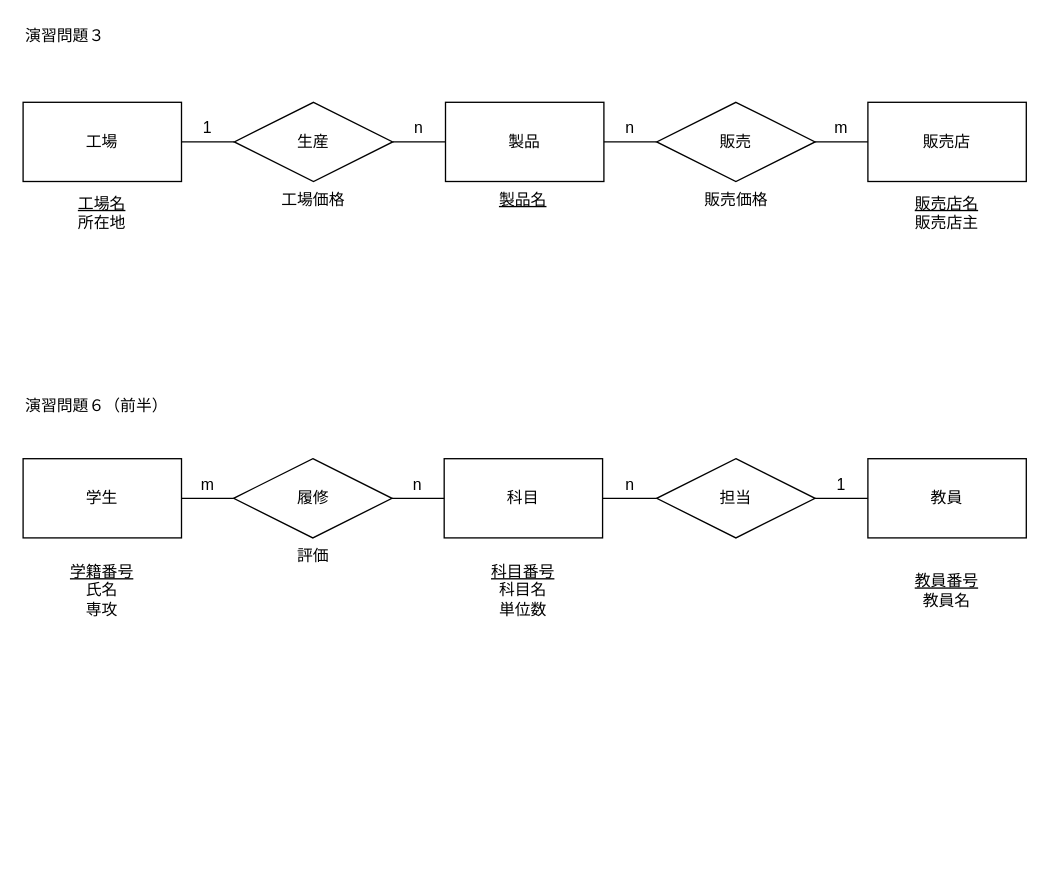
Before: データベース論.drawio in SindyD/Sindy, a draw.io diagram. Source tidied: cells renumbered, new cells numbered last; positions are measured from the earlier drawing's top-left corner, leaving out a move shared by most shapes. Both pictures are drawn from the tidied source at 132%, with x=0, y=0 at pixel (22, 22).
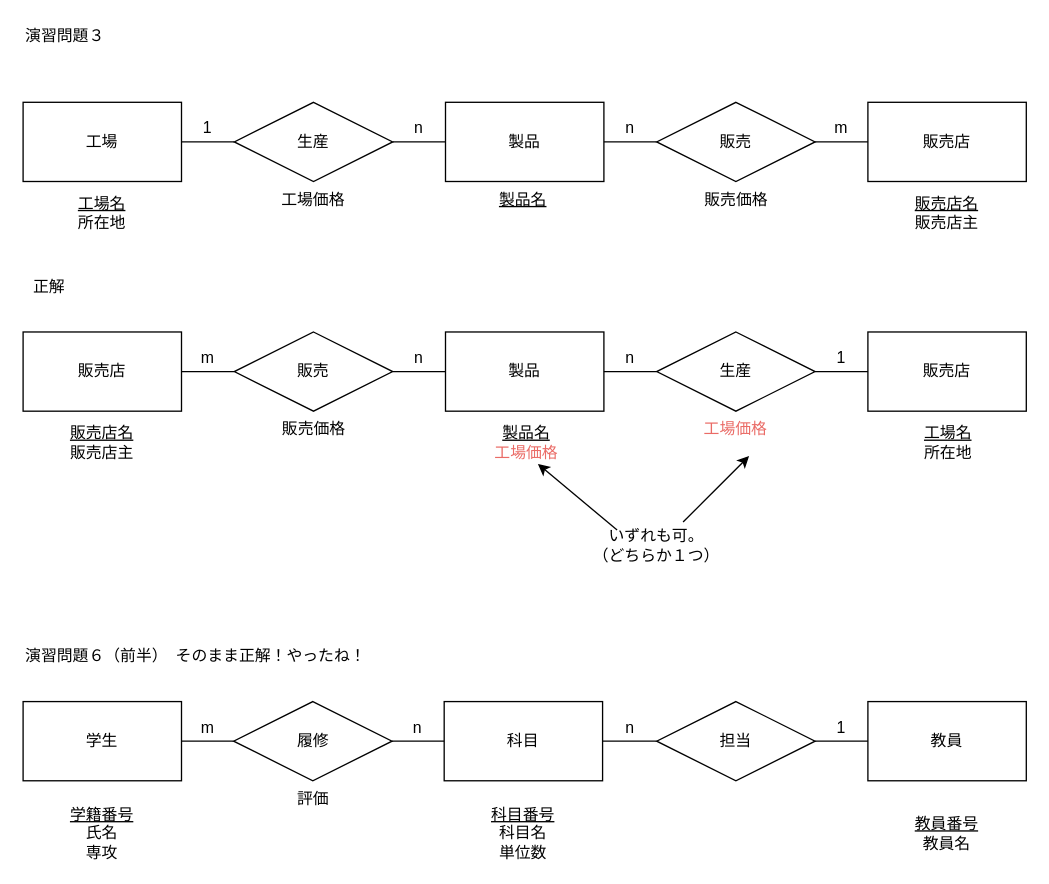
Above is the later version.

Commit message:
Update データベース論.drawio

What changed in the source:
```diff
@@
     <mxCell id="20" value="学生" style="rounded=0;whiteSpace=wrap;html=1;" parent="1" vertex="1">
-      <mxGeometry y="330" width="120" height="60" as="geometry" />
+      <mxGeometry y="514" width="120" height="60" as="geometry" />
     </mxCell>
@@
-    <mxCell id="22" value="演習問題６（前半）" style="text;html=1;strokeColor=none;fillColor=none;align=left;verticalAlign=middle;whiteSpace=wrap;rounded=0;" parent="1" vertex="1">
-      <mxGeometry y="280" width="150" height="20" as="geometry" />
+    <mxCell id="22" value="演習問題６（前半）　そのまま正解！やったね！" style="text;html=1;strokeColor=none;fillColor=none;align=left;verticalAlign=middle;whiteSpace=wrap;rounded=0;" parent="1" vertex="1">
+      <mxGeometry y="470" width="320" height="20" as="geometry" />
     </mxCell>
     <mxCell id="23" value="&lt;u&gt;学籍番号&lt;br&gt;&lt;/u&gt;氏名&lt;br&gt;専攻" style="text;html=1;strokeColor=none;fillColor=none;align=center;verticalAlign=middle;whiteSpace=wrap;rounded=0;" parent="1" vertex="1">
-      <mxGeometry x="20" y="420" width="80" height="20" as="geometry" />
+      <mxGeometry x="20" y="604" width="80" height="20" as="geometry" />
     </mxCell>
     <mxCell id="24" value="科目" style="rounded=0;whiteSpace=wrap;html=1;align=center;" parent="1" vertex="1">
-      <mxGeometry x="319" y="330" width="120" height="60" as="geometry" />
+      <mxGeometry x="319" y="514" width="120" height="60" as="geometry" />
     </mxCell>
     <mxCell id="25" value="&lt;u&gt;科目番号&lt;/u&gt;&lt;br&gt;科目名&lt;br&gt;単位数" style="text;html=1;strokeColor=none;fillColor=none;align=center;verticalAlign=middle;whiteSpace=wrap;rounded=0;" parent="1" vertex="1">
-      <mxGeometry x="339" y="420" width="80" height="20" as="geometry" />
+      <mxGeometry x="339" y="604" width="80" height="20" as="geometry" />
     </mxCell>
     <mxCell id="26" value="教員" style="rounded=0;whiteSpace=wrap;html=1;align=center;" parent="1" vertex="1">
-      <mxGeometry x="640" y="330" width="120" height="60" as="geometry" />
+      <mxGeometry x="640" y="514" width="120" height="60" as="geometry" />
     </mxCell>
     <mxCell id="27" value="&lt;u&gt;教員番号&lt;br&gt;&lt;/u&gt;教員名" style="text;html=1;strokeColor=none;fillColor=none;align=center;verticalAlign=middle;whiteSpace=wrap;rounded=0;" parent="1" vertex="1">
-      <mxGeometry x="660" y="420" width="80" height="20" as="geometry" />
+      <mxGeometry x="660" y="604" width="80" height="20" as="geometry" />
     </mxCell>
     <mxCell id="28" value="履修" style="rhombus;whiteSpace=wrap;html=1;" parent="1" vertex="1">
-      <mxGeometry x="159.5" y="330" width="120" height="60" as="geometry" />
+      <mxGeometry x="159.5" y="514" width="120" height="60" as="geometry" />
     </mxCell>
     <mxCell id="29" value="評価" style="text;html=1;strokeColor=none;fillColor=none;align=center;verticalAlign=middle;whiteSpace=wrap;rounded=0;" parent="1" vertex="1">
-      <mxGeometry x="194.5" y="394" width="50" height="20" as="geometry" />
+      <mxGeometry x="194.5" y="578" width="50" height="20" as="geometry" />
     </mxCell>
     <mxCell id="30" value="担当" style="rhombus;whiteSpace=wrap;html=1;" parent="1" vertex="1">
-      <mxGeometry x="480" y="330" width="120" height="60" as="geometry" />
+      <mxGeometry x="480" y="514" width="120" height="60" as="geometry" />
     </mxCell>
@@
     <mxCell id="35" value="m" style="text;html=1;strokeColor=none;fillColor=none;align=center;verticalAlign=middle;whiteSpace=wrap;rounded=0;" parent="1" vertex="1">
-      <mxGeometry x="119.5" y="340" width="40" height="20" as="geometry" />
+      <mxGeometry x="119.5" y="524" width="40" height="20" as="geometry" />
     </mxCell>
     <mxCell id="36" value="n" style="text;html=1;strokeColor=none;fillColor=none;align=center;verticalAlign=middle;whiteSpace=wrap;rounded=0;" parent="1" vertex="1">
-      <mxGeometry x="279" y="340" width="40" height="20" as="geometry" />
+      <mxGeometry x="279" y="524" width="40" height="20" as="geometry" />
     </mxCell>
     <mxCell id="37" value="n" style="text;html=1;strokeColor=none;fillColor=none;align=center;verticalAlign=middle;whiteSpace=wrap;rounded=0;direction=south;" parent="1" vertex="1">
-      <mxGeometry x="450" y="330" width="20" height="40" as="geometry" />
+      <mxGeometry x="450" y="514" width="20" height="40" as="geometry" />
     </mxCell>
     <mxCell id="38" value="1" style="text;html=1;strokeColor=none;fillColor=none;align=center;verticalAlign=middle;whiteSpace=wrap;rounded=0;" parent="1" vertex="1">
-      <mxGeometry x="600" y="340" width="40" height="20" as="geometry" />
+      <mxGeometry x="600" y="524" width="40" height="20" as="geometry" />
     </mxCell>
+    <mxCell id="39" value="販売店" style="rounded=0;whiteSpace=wrap;html=1;" parent="1" vertex="1">
+      <mxGeometry y="234" width="120" height="60" as="geometry" />
+    </mxCell>
+    <mxCell id="40" value="&lt;u&gt;工場名&lt;/u&gt;&lt;br&gt;所在地" style="text;html=1;strokeColor=none;fillColor=none;align=center;verticalAlign=middle;whiteSpace=wrap;rounded=0;" parent="1" vertex="1">
+      <mxGeometry x="681" y="308" width="40" height="20" as="geometry" />
+    </mxCell>
+    <mxCell id="41" value="製品" style="rounded=0;whiteSpace=wrap;html=1;" parent="1" vertex="1">
+      <mxGeometry x="320" y="234" width="120" height="60" as="geometry" />
+    </mxCell>
+    <mxCell id="42" value="&lt;u&gt;製品名&lt;/u&gt;&lt;br&gt;&lt;font color=&quot;#ea6b66&quot;&gt;工場価格&lt;/font&gt;" style="text;html=1;strokeColor=none;fillColor=none;align=center;verticalAlign=middle;whiteSpace=wrap;rounded=0;" parent="1" vertex="1">
+      <mxGeometry x="356" y="308" width="51" height="20" as="geometry" />
+    </mxCell>
+    <mxCell id="43" value="販売" style="rhombus;whiteSpace=wrap;html=1;" parent="1" vertex="1">
+      <mxGeometry x="160" y="234" width="120" height="60" as="geometry" />
+    </mxCell>
+    <mxCell id="44" value="生産" style="rhombus;whiteSpace=wrap;html=1;" parent="1" vertex="1">
+      <mxGeometry x="480" y="234" width="120" height="60" as="geometry" />
+    </mxCell>
+    <mxCell id="45" value="販売店" style="rounded=0;whiteSpace=wrap;html=1;" parent="1" vertex="1">
+      <mxGeometry x="640" y="234" width="120" height="60" as="geometry" />
+    </mxCell>
+    <mxCell id="46" value="&lt;u&gt;販売店名&lt;/u&gt;&lt;br&gt;販売店主" style="text;html=1;strokeColor=none;fillColor=none;align=center;verticalAlign=middle;whiteSpace=wrap;rounded=0;" parent="1" vertex="1">
+      <mxGeometry x="13" y="308" width="94" height="20" as="geometry" />
+    </mxCell>
+    <mxCell id="47" style="endArrow=none;html=1;entryX=0;entryY=0.5;entryDx=0;entryDy=0;exitX=1;exitY=0.5;exitDx=0;exitDy=0;" parent="1" edge="1" source="39" target="43">
+      <mxGeometry relative="1" as="geometry" />
+    </mxCell>
+    <mxCell id="48" style="endArrow=none;html=1;entryX=0;entryY=0.5;entryDx=0;entryDy=0;exitX=1;exitY=0.5;exitDx=0;exitDy=0;" parent="1" edge="1" source="43" target="41">
+      <mxGeometry relative="1" as="geometry" />
+    </mxCell>
+    <mxCell id="49" style="endArrow=none;html=1;entryX=0;entryY=0.5;entryDx=0;entryDy=0;exitX=1;exitY=0.5;exitDx=0;exitDy=0;" parent="1" edge="1" source="41" target="44">
+      <mxGeometry relative="1" as="geometry" />
+    </mxCell>
+    <mxCell id="50" style="endArrow=none;html=1;entryX=0;entryY=0.5;entryDx=0;entryDy=0;exitX=1;exitY=0.5;exitDx=0;exitDy=0;" parent="1" edge="1" source="44" target="45">
+      <mxGeometry relative="1" as="geometry" />
+    </mxCell>
+    <mxCell id="51" value="1" style="text;html=1;strokeColor=none;fillColor=none;align=center;verticalAlign=middle;whiteSpace=wrap;rounded=0;" parent="1" vertex="1">
+      <mxGeometry x="600" y="244" width="40" height="20" as="geometry" />
+    </mxCell>
+    <mxCell id="52" value="n" style="text;html=1;strokeColor=none;fillColor=none;align=center;verticalAlign=middle;whiteSpace=wrap;rounded=0;" parent="1" vertex="1">
+      <mxGeometry x="280" y="244" width="40" height="20" as="geometry" />
+    </mxCell>
+    <mxCell id="53" value="&lt;font color=&quot;#ea6b66&quot;&gt;工場価格&lt;/font&gt;" style="text;html=1;strokeColor=none;fillColor=none;align=center;verticalAlign=middle;whiteSpace=wrap;rounded=0;" parent="1" vertex="1">
+      <mxGeometry x="515" y="298" width="50" height="20" as="geometry" />
+    </mxCell>
+    <mxCell id="54" value="販売価格" style="text;html=1;strokeColor=none;fillColor=none;align=center;verticalAlign=middle;whiteSpace=wrap;rounded=0;" parent="1" vertex="1">
+      <mxGeometry x="192.5" y="298" width="55" height="20" as="geometry" />
+    </mxCell>
+    <mxCell id="55" value="n" style="text;html=1;strokeColor=none;fillColor=none;align=center;verticalAlign=middle;whiteSpace=wrap;rounded=0;" parent="1" vertex="1">
+      <mxGeometry x="440" y="244" width="40" height="20" as="geometry" />
+    </mxCell>
+    <mxCell id="56" value="m" style="text;html=1;strokeColor=none;fillColor=none;align=center;verticalAlign=middle;whiteSpace=wrap;rounded=0;" parent="1" vertex="1">
+      <mxGeometry x="119.5" y="244" width="40" height="20" as="geometry" />
+    </mxCell>
+    <mxCell id="57" style="endArrow=classic;html=1;" parent="1" edge="1">
+      <mxGeometry relative="1" as="geometry">
+        <mxPoint x="500" y="378" as="sourcePoint" />
+        <mxPoint x="550" y="328" as="targetPoint" />
+      </mxGeometry>
+    </mxCell>
+    <mxCell id="58" style="endArrow=classic;html=1;" parent="1" edge="1">
+      <mxGeometry relative="1" as="geometry">
+        <mxPoint x="450" y="384" as="sourcePoint" />
+        <mxPoint x="390" y="334" as="targetPoint" />
+      </mxGeometry>
+    </mxCell>
+    <mxCell id="59" value="いずれも可。&lt;br&gt;（どちらか１つ）" style="text;html=1;strokeColor=none;fillColor=none;align=center;verticalAlign=middle;whiteSpace=wrap;rounded=0;" parent="1" vertex="1">
+      <mxGeometry x="415" y="386" width="130" height="20" as="geometry" />
+    </mxCell>
+    <mxCell id="60" value="正解" style="text;html=1;strokeColor=none;fillColor=none;align=center;verticalAlign=middle;whiteSpace=wrap;rounded=0;" parent="1" vertex="1">
+      <mxGeometry y="190" width="40" height="20" as="geometry" />
+    </mxCell>
```
